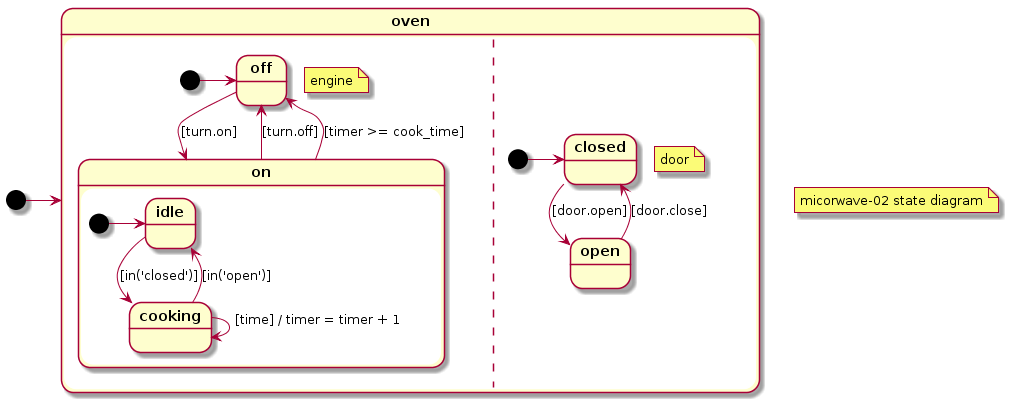
Earlier version of the PlantUML export img/microwave-02.png (mryndzionek/scxml2plantuml). Source of this version:
```plantuml
@startuml

skinparam state {
  FontStyle bold
}

note "micorwave-02 state diagram" as TITLENOTE

[*] -> oven
state oven {
note "engine" as ENGINE
    [*] -> off
    off --> on : [turn.on]

state on {
    [*] -> idle
    on --> off : [turn.off]

    on --> off : [timer >= cook_time]

    idle --> cooking : [in('closed')]

    cooking --> idle : [in('open')]

    cooking --> cooking : [time] / timer = timer + 1 \n

}

--
note "door" as DOOR
    [*] -> closed
    closed --> open : [door.open]

    open --> closed : [door.close]

}

@enduml
```
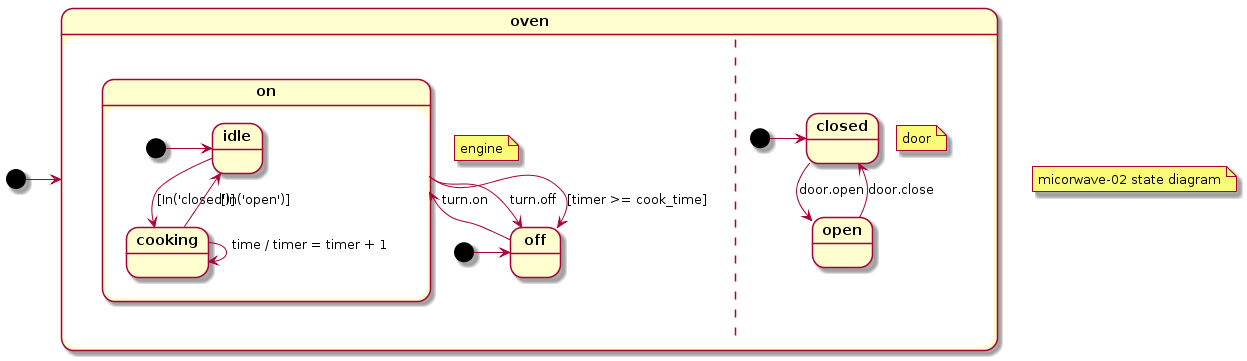
Above is the later version.

What changed in the source:
```diff
@@ -10,28 +10,43 @@
 state oven {
 note "engine" as ENGINE
     [*] -> off
-    off --> on : [turn.on]
+state off {
+    off --> on : turn.on
+
+}
 
 state on {
     [*] -> idle
-    on --> off : [turn.off]
+    on --> off : turn.off
 
     on --> off : [timer >= cook_time]
 
-    idle --> cooking : [in('closed')]
+state idle {
+    idle --> cooking : [In('closed')]
 
-    cooking --> idle : [in('open')]
+}
 
-    cooking --> cooking : [time] / timer = timer + 1 \n
+state cooking {
+    cooking --> idle : [In('open')]
+
+    cooking --> cooking : time / timer = timer + 1 \n
+
+}
 
 }
 
 --
 note "door" as DOOR
     [*] -> closed
-    closed --> open : [door.open]
+state closed {
+    closed --> open : door.open
 
-    open --> closed : [door.close]
+}
+
+state open {
+    open --> closed : door.close
+
+}
 
 }
 
```
